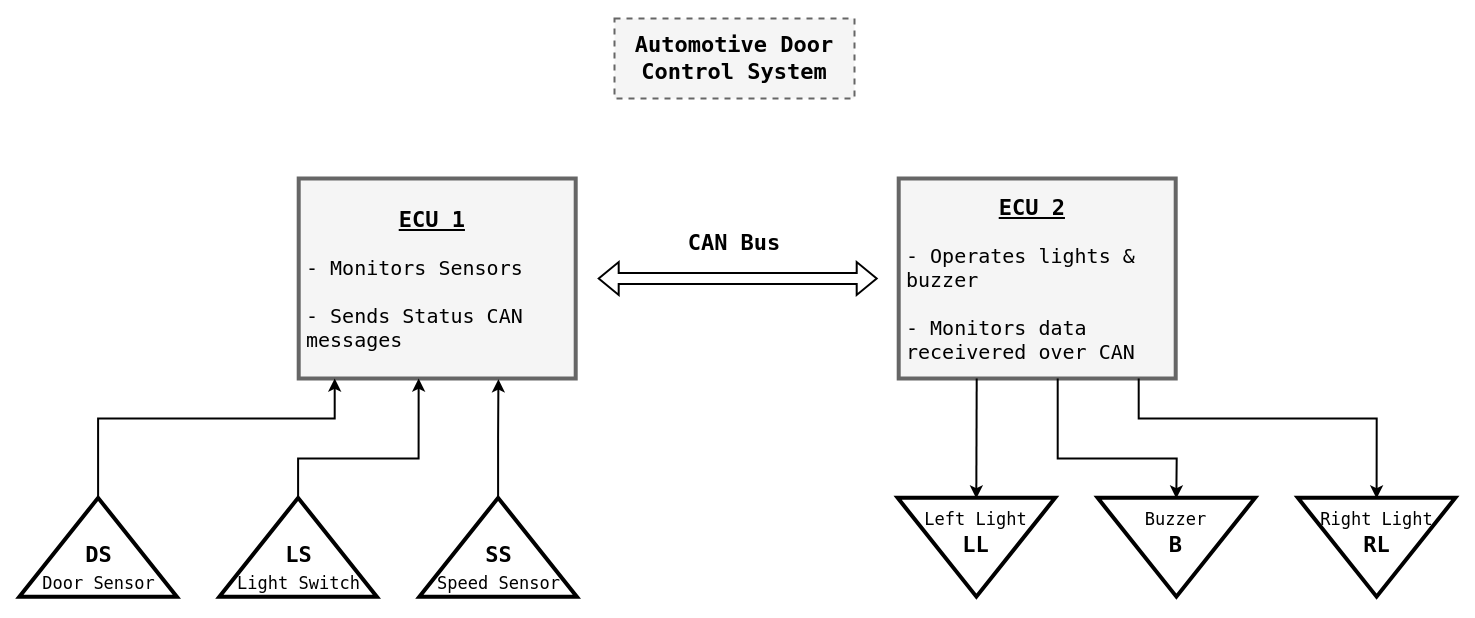
mhossam1183/UAET_Trial keeps this draw.io diagram as Project_3_SW_Design/System_Schematic.drawio. Above is the earlier version. Source tidied: cells renumbered, new cells numbered last; positions are measured from the earlier drawing's top-left corner, leaving out a move shared by most shapes. Both pictures are drawn from the tidied source at 100%, with x=0, y=0 at pixel (23, 18).
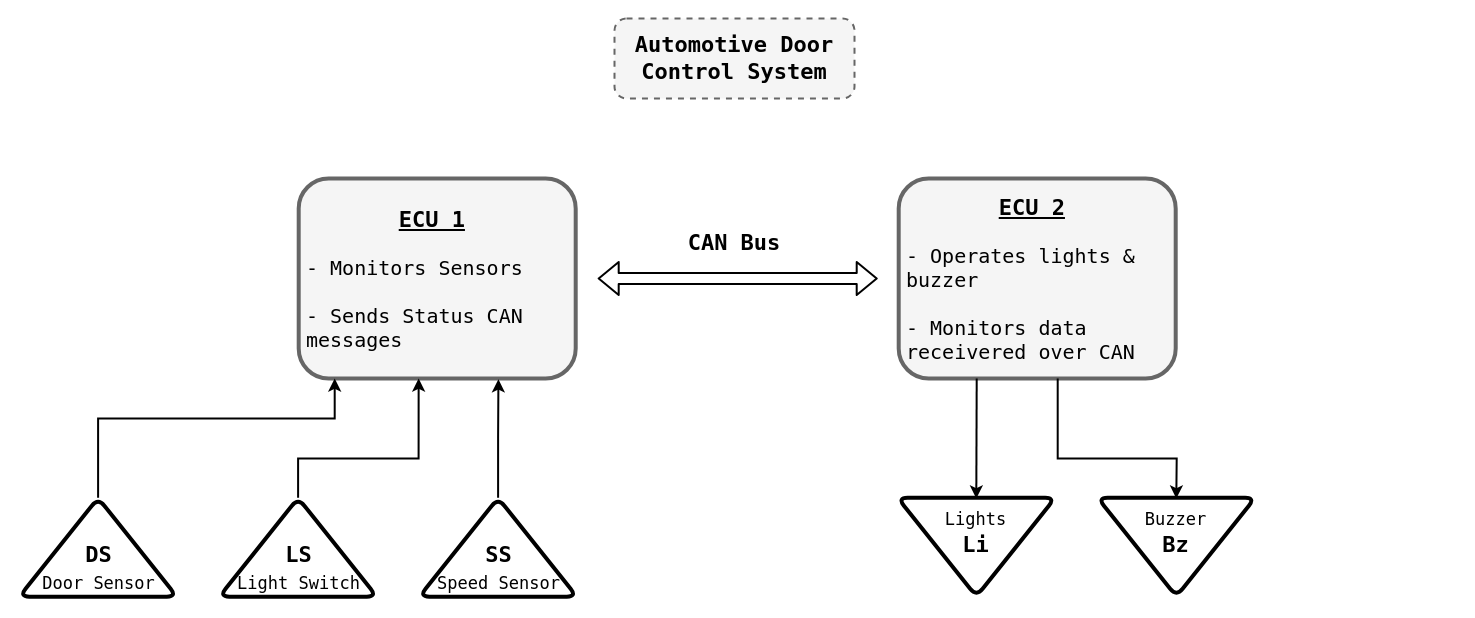
The same diagram, later.

What changed in the source:
```diff
@@
-    <mxCell id="2" value="&lt;b&gt;&lt;font style=&quot;font-size: 22px;&quot;&gt;Automotive Door Control System&lt;/font&gt;&lt;/b&gt;" style="whiteSpace=wrap;html=1;shadow=0;fontSize=20;fillColor=#f5f5f5;strokeColor=#666666;strokeWidth=2;dashed=1;fontFamily=Lucida Console;" parent="1" vertex="1">
+    <mxCell id="2" value="&lt;b&gt;&lt;font style=&quot;font-size: 22px;&quot;&gt;Automotive Door Control System&lt;/font&gt;&lt;/b&gt;" style="whiteSpace=wrap;html=1;shadow=0;fontSize=20;fillColor=#f5f5f5;strokeColor=#666666;strokeWidth=2;dashed=1;fontFamily=Lucida Console;rounded=1;" parent="1" vertex="1">
       <mxGeometry x="591" width="240" height="80" as="geometry" />
     </mxCell>
-    <mxCell id="3" style="whiteSpace=wrap;html=1;shadow=0;fontSize=18;fillColor=#f5f5f5;strokeColor=#666666;fontFamily=Lucida Console;strokeWidth=4;" parent="1" vertex="1">
+    <mxCell id="3" style="whiteSpace=wrap;html=1;shadow=0;fontSize=18;fillColor=#f5f5f5;strokeColor=#666666;fontFamily=Lucida Console;strokeWidth=4;rounded=1;" parent="1" vertex="1">
       <mxGeometry x="875.2" y="160" width="277" height="200" as="geometry" />
     </mxCell>
@@
-    <mxCell id="5" style="whiteSpace=wrap;html=1;shadow=0;fontSize=18;fillColor=#f5f5f5;strokeColor=#666666;fontFamily=Lucida Console;strokeWidth=4;" parent="1" vertex="1">
+    <mxCell id="5" style="whiteSpace=wrap;html=1;shadow=0;fontSize=18;fillColor=#f5f5f5;strokeColor=#666666;fontFamily=Lucida Console;strokeWidth=4;rounded=1;" parent="1" vertex="1">
       <mxGeometry x="275.2" y="160" width="277" height="200" as="geometry" />
     </mxCell>
@@
-    <mxCell id="7" style="shape=flexArrow;endArrow=classic;startArrow=classic;html=1;rounded=0;fontFamily=Lucida Console;fontSize=22;strokeWidth=2;" parent="1" edge="1">
+    <mxCell id="7" style="shape=flexArrow;endArrow=classic;startArrow=classic;html=1;rounded=1;fontFamily=Lucida Console;fontSize=22;strokeWidth=2;" parent="1" edge="1">
       <mxGeometry relative="1" as="geometry">
         <mxPoint x="574.2" y="260" as="sourcePoint" />
         <mxPoint x="854.2" y="260" as="targetPoint" />
       </mxGeometry>
     </mxCell>
@@
-    <mxCell id="10" style="triangle;whiteSpace=wrap;html=1;shadow=0;strokeWidth=4;fontFamily=Lucida Console;fontSize=22;rotation=-90;" parent="1" vertex="1">
+    <mxCell id="10" style="triangle;whiteSpace=wrap;html=1;shadow=0;strokeWidth=4;fontFamily=Lucida Console;fontSize=22;rotation=-90;rounded=1;" parent="1" vertex="1">
       <mxGeometry x="25.2" y="450" width="98.8" height="157.5" as="geometry" />
     </mxCell>
@@
-    <mxCell id="13" style="triangle;whiteSpace=wrap;html=1;shadow=0;strokeWidth=4;fontFamily=Lucida Console;fontSize=22;rotation=-90;" parent="1" vertex="1">
+    <mxCell id="13" style="triangle;whiteSpace=wrap;html=1;shadow=0;strokeWidth=4;fontFamily=Lucida Console;fontSize=22;rotation=-90;rounded=1;" parent="1" vertex="1">
       <mxGeometry x="225.2" y="450" width="98.8" height="157.5" as="geometry" />
     </mxCell>
@@
-    <mxCell id="16" style="triangle;whiteSpace=wrap;html=1;shadow=0;strokeWidth=4;fontFamily=Lucida Console;fontSize=22;rotation=-90;" parent="1" vertex="1">
+    <mxCell id="16" style="triangle;whiteSpace=wrap;html=1;shadow=0;strokeWidth=4;fontFamily=Lucida Console;fontSize=22;rotation=-90;rounded=1;" parent="1" vertex="1">
       <mxGeometry x="425.2" y="450" width="98.8" height="157.5" as="geometry" />
     </mxCell>
@@
-    <mxCell id="18" style="triangle;whiteSpace=wrap;html=1;shadow=0;strokeWidth=4;fontFamily=Lucida Console;fontSize=22;rotation=90;" parent="1" vertex="1">
+    <mxCell id="18" style="triangle;whiteSpace=wrap;html=1;shadow=0;strokeWidth=4;fontFamily=Lucida Console;fontSize=22;rotation=90;rounded=1;" parent="1" vertex="1">
       <mxGeometry x="903.5" y="450" width="98.8" height="157.5" as="geometry" />
     </mxCell>
-    <mxCell id="19" value="&lt;font style=&quot;&quot;&gt;&lt;span style=&quot;font-size: 17px;&quot;&gt;Left Light&lt;/span&gt;&lt;br&gt;&lt;font style=&quot;font-size: 22px;&quot;&gt;&lt;b&gt;LL&lt;/b&gt;&lt;/font&gt;&lt;br&gt;&lt;/font&gt;" style="text;html=1;strokeColor=none;fillColor=none;align=center;verticalAlign=middle;whiteSpace=wrap;rounded=0;shadow=0;strokeWidth=4;fontFamily=Lucida Console;fontSize=22;" parent="1" vertex="1">
+    <mxCell id="19" value="&lt;font style=&quot;&quot;&gt;&lt;span style=&quot;font-size: 17px;&quot;&gt;Lights&lt;/span&gt;&lt;br&gt;&lt;font style=&quot;font-size: 22px;&quot;&gt;&lt;b&gt;Li&lt;/b&gt;&lt;/font&gt;&lt;br&gt;&lt;/font&gt;" style="text;html=1;strokeColor=none;fillColor=none;align=center;verticalAlign=middle;whiteSpace=wrap;rounded=0;shadow=0;strokeWidth=4;fontFamily=Lucida Console;fontSize=22;" parent="1" vertex="1">
       <mxGeometry x="877.2" y="480" width="151.2" height="65" as="geometry" />
     </mxCell>
-    <mxCell id="20" style="triangle;whiteSpace=wrap;html=1;shadow=0;strokeWidth=4;fontFamily=Lucida Console;fontSize=22;rotation=90;" parent="1" vertex="1">
+    <mxCell id="20" style="triangle;whiteSpace=wrap;html=1;shadow=0;strokeWidth=4;fontFamily=Lucida Console;fontSize=22;rotation=90;rounded=1;" parent="1" vertex="1">
       <mxGeometry x="1103.5" y="450" width="98.8" height="157.5" as="geometry" />
     </mxCell>
-    <mxCell id="21" value="&lt;font style=&quot;&quot;&gt;&lt;span style=&quot;font-size: 17px;&quot;&gt;Buzzer&lt;/span&gt;&lt;br&gt;&lt;font style=&quot;font-size: 22px;&quot;&gt;&lt;b&gt;B&lt;/b&gt;&lt;/font&gt;&lt;br&gt;&lt;/font&gt;" style="text;html=1;strokeColor=none;fillColor=none;align=center;verticalAlign=middle;whiteSpace=wrap;rounded=0;shadow=0;strokeWidth=4;fontFamily=Lucida Console;fontSize=22;" parent="1" vertex="1">
+    <mxCell id="21" value="&lt;font style=&quot;&quot;&gt;&lt;span style=&quot;font-size: 17px;&quot;&gt;Buzzer&lt;/span&gt;&lt;br&gt;&lt;font style=&quot;font-size: 22px;&quot;&gt;&lt;b&gt;Bz&lt;/b&gt;&lt;/font&gt;&lt;br&gt;&lt;/font&gt;" style="text;html=1;strokeColor=none;fillColor=none;align=center;verticalAlign=middle;whiteSpace=wrap;rounded=0;shadow=0;strokeWidth=4;fontFamily=Lucida Console;fontSize=22;" parent="1" vertex="1">
       <mxGeometry x="1077.2" y="480" width="151.2" height="65" as="geometry" />
     </mxCell>
-    <mxCell id="22" style="triangle;whiteSpace=wrap;html=1;shadow=0;strokeWidth=4;fontFamily=Lucida Console;fontSize=22;rotation=90;" parent="1" vertex="1">
-      <mxGeometry x="1303.7" y="450" width="98.8" height="157.5" as="geometry" />
-    </mxCell>
-    <mxCell id="23" value="&lt;font style=&quot;&quot;&gt;&lt;span style=&quot;font-size: 17px;&quot;&gt;Right Light&lt;/span&gt;&lt;br&gt;&lt;font style=&quot;font-size: 22px;&quot;&gt;&lt;b&gt;RL&lt;/b&gt;&lt;/font&gt;&lt;br&gt;&lt;/font&gt;" style="text;html=1;strokeColor=none;fillColor=none;align=center;verticalAlign=middle;whiteSpace=wrap;rounded=0;shadow=0;strokeWidth=4;fontFamily=Lucida Console;fontSize=22;" parent="1" vertex="1">
-      <mxGeometry x="1277.5" y="480" width="151.2" height="65" as="geometry" />
-    </mxCell>
@@
-    <mxCell id="25" style="endArrow=classic;html=1;rounded=0;strokeWidth=2;fontFamily=Lucida Console;fontSize=22;endSize=7;targetPerimeterSpacing=0;entryX=0.5;entryY=0;entryDx=0;entryDy=0;" parent="1" edge="1" target="23">
-      <mxGeometry relative="1" as="geometry">
-        <mxPoint x="1115.2" y="360" as="sourcePoint" />
-        <Array as="points">
-          <mxPoint x="1115.2" y="400" />
-          <mxPoint x="1353.2" y="400" />
-        </Array>
-      </mxGeometry>
-    </mxCell>
```
